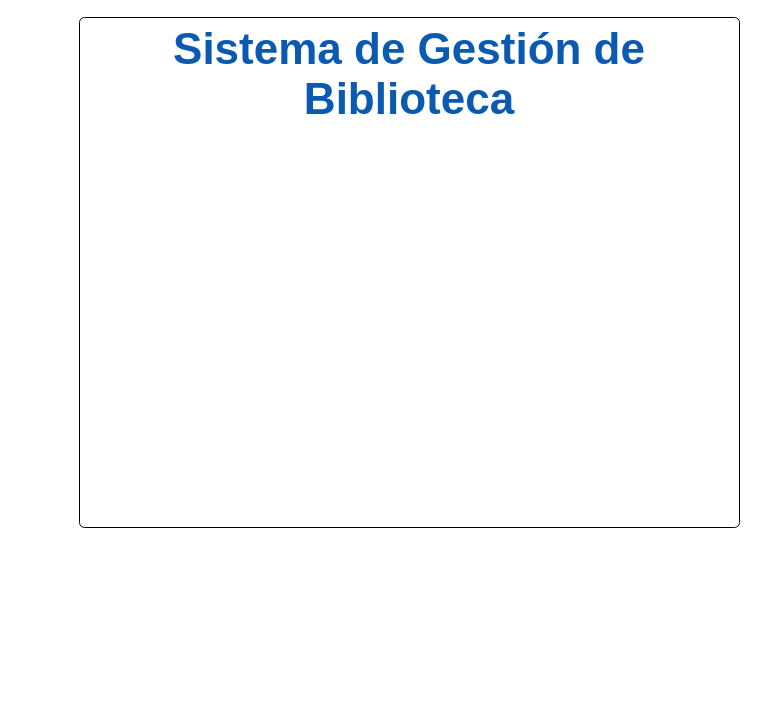
The draw.io diagram Biblioteca.drawio in jeacevedo92/Diagramas-Arquitectura, before the edit. Source tidied: cells renumbered, new cells numbered last; positions are measured from the earlier drawing's top-left corner, leaving out a move shared by most shapes. Both pictures are drawn from the tidied source at 100%, with x=0, y=0 at pixel (79, 17).
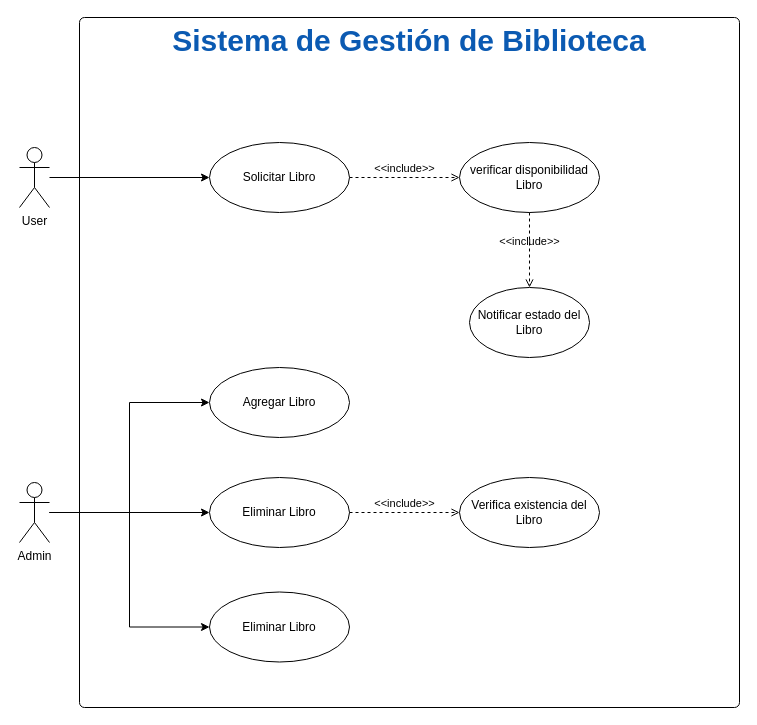
Above is the later version.

Diff of the diagram source:
```diff
@@
 <mxGraphModel>
   <root>
     <mxCell id="0" />
     <mxCell id="1" parent="0" />
-    <mxCell id="2" value="&lt;p style=&quot;margin: 0px; font-variant-numeric: normal; font-variant-east-asian: normal; font-variant-alternates: normal; font-kerning: auto; font-optical-sizing: auto; font-feature-settings: normal; font-variation-settings: normal; font-variant-position: normal; font-stretch: normal; font-size: 44px; line-height: normal; color: rgb(11, 90, 178); -webkit-text-stroke-color: rgb(0, 0, 0);&quot; class=&quot;p1&quot;&gt;&lt;span style=&quot;font-variant-ligatures: no-common-ligatures;&quot; class=&quot;s1&quot;&gt;&lt;b&gt;Sistema de Gestión de Biblioteca&lt;/b&gt;&lt;/span&gt;&lt;/p&gt;" style="html=1;align=center;verticalAlign=top;rounded=1;absoluteArcSize=1;arcSize=10;dashed=0;whiteSpace=wrap;" parent="1" vertex="1">
-      <mxGeometry width="660" height="510" as="geometry" />
+    <mxCell id="2" value="&lt;p style=&quot;margin: 0px; font-variant-numeric: normal; font-variant-east-asian: normal; font-variant-alternates: normal; font-kerning: auto; font-optical-sizing: auto; font-feature-settings: normal; font-variation-settings: normal; font-variant-position: normal; font-stretch: normal; line-height: normal; color: rgb(11, 90, 178); -webkit-text-stroke-color: rgb(0, 0, 0);&quot; class=&quot;p1&quot;&gt;&lt;span style=&quot;font-variant-ligatures: no-common-ligatures;&quot; class=&quot;s1&quot;&gt;&lt;b style=&quot;&quot;&gt;&lt;font style=&quot;font-size: 30px;&quot;&gt;Sistema de Gestión de Biblioteca&lt;/font&gt;&lt;/b&gt;&lt;/span&gt;&lt;/p&gt;" style="html=1;align=center;verticalAlign=top;rounded=1;absoluteArcSize=1;arcSize=10;dashed=0;whiteSpace=wrap;" parent="1" vertex="1">
+      <mxGeometry width="660" height="690" as="geometry" />
     </mxCell>
+    <mxCell id="3" style="edgeStyle=orthogonalEdgeStyle;rounded=0;jettySize=auto;html=1;entryX=0;entryY=0.5;entryDx=0;entryDy=0;" parent="1" edge="1" source="4" target="10">
+      <mxGeometry relative="1" as="geometry" />
+    </mxCell>
+    <mxCell id="4" value="User" style="shape=umlActor;verticalLabelPosition=bottom;verticalAlign=top;html=1;" parent="1" vertex="1">
+      <mxGeometry x="-60" y="130" width="30" height="60" as="geometry" />
+    </mxCell>
+    <mxCell id="5" value="Agregar Libro" style="ellipse;whiteSpace=wrap;html=1;" parent="1" vertex="1">
+      <mxGeometry x="130" y="350" width="140" height="70" as="geometry" />
+    </mxCell>
+    <mxCell id="6" style="edgeStyle=orthogonalEdgeStyle;rounded=0;jettySize=auto;html=1;entryX=0;entryY=0.5;entryDx=0;entryDy=0;" parent="1" edge="1" source="9" target="5">
+      <mxGeometry relative="1" as="geometry" />
+    </mxCell>
+    <mxCell id="7" style="edgeStyle=orthogonalEdgeStyle;rounded=0;jettySize=auto;html=1;entryX=0;entryY=0.5;entryDx=0;entryDy=0;" parent="1" edge="1" source="9" target="13">
+      <mxGeometry relative="1" as="geometry" />
+    </mxCell>
+    <mxCell id="8" style="edgeStyle=orthogonalEdgeStyle;rounded=0;jettySize=auto;html=1;entryX=0;entryY=0.5;entryDx=0;entryDy=0;" parent="1" edge="1" source="9" target="17">
+      <mxGeometry relative="1" as="geometry" />
+    </mxCell>
+    <mxCell id="9" value="Admin" style="shape=umlActor;verticalLabelPosition=bottom;verticalAlign=top;html=1;" parent="1" vertex="1">
+      <mxGeometry x="-60" y="465" width="30" height="60" as="geometry" />
+    </mxCell>
+    <mxCell id="10" value="Solicitar Libro" style="ellipse;whiteSpace=wrap;html=1;" parent="1" vertex="1">
+      <mxGeometry x="130" y="125" width="140" height="70" as="geometry" />
+    </mxCell>
+    <mxCell id="11" value="verificar disponibilidad Libro" style="ellipse;whiteSpace=wrap;html=1;" parent="1" vertex="1">
+      <mxGeometry x="380" y="125" width="140" height="70" as="geometry" />
+    </mxCell>
+    <mxCell id="12" value="&amp;lt;&amp;lt;include&amp;gt;&amp;gt;" style="html=1;verticalAlign=bottom;labelBackgroundColor=none;endArrow=open;endFill=0;dashed=1;rounded=0;exitX=1;exitY=0.5;exitDx=0;exitDy=0;entryX=0;entryY=0.5;entryDx=0;entryDy=0;" parent="1" edge="1" source="10" target="11">
+      <mxGeometry relative="1" as="geometry" />
+    </mxCell>
+    <mxCell id="13" value="Eliminar Libro" style="ellipse;whiteSpace=wrap;html=1;" parent="1" vertex="1">
+      <mxGeometry x="130" y="460" width="140" height="70" as="geometry" />
+    </mxCell>
+    <mxCell id="14" value="Verifica existencia del Libro" style="ellipse;whiteSpace=wrap;html=1;" parent="1" vertex="1">
+      <mxGeometry x="380" y="460" width="140" height="70" as="geometry" />
+    </mxCell>
+    <mxCell id="15" value="&amp;lt;&amp;lt;include&amp;gt;&amp;gt;" style="html=1;verticalAlign=bottom;labelBackgroundColor=none;endArrow=open;endFill=0;dashed=1;rounded=0;exitX=1;exitY=0.5;exitDx=0;exitDy=0;entryX=0;entryY=0.5;entryDx=0;entryDy=0;" parent="1" edge="1" source="13" target="14">
+      <mxGeometry relative="1" as="geometry" />
+    </mxCell>
+    <mxCell id="16" value="Notificar estado del Libro" style="ellipse;whiteSpace=wrap;html=1;" parent="1" vertex="1">
+      <mxGeometry x="390" y="270" width="120" height="70" as="geometry" />
+    </mxCell>
+    <mxCell id="17" value="Eliminar Libro" style="ellipse;whiteSpace=wrap;html=1;" parent="1" vertex="1">
+      <mxGeometry x="130" y="574.5" width="140" height="70" as="geometry" />
+    </mxCell>
+    <mxCell id="18" value="&amp;lt;&amp;lt;include&amp;gt;&amp;gt;" style="html=1;verticalAlign=bottom;labelBackgroundColor=none;endArrow=open;endFill=0;dashed=1;rounded=0;exitX=0.5;exitY=1;exitDx=0;exitDy=0;entryX=0.5;entryY=0;entryDx=0;entryDy=0;" parent="1" edge="1" source="11" target="16">
+      <mxGeometry relative="1" as="geometry" />
+    </mxCell>
   </root>
 </mxGraphModel>
```
